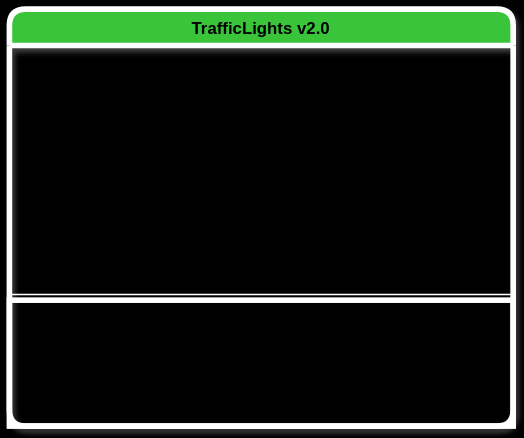
This is diagrams/ClassDiagram.drawio.svg from SamRB-dev/Traffic_Light_System, a draw.io export, as it was before one commit. Source tidied: cells renumbered, new cells last; positions are measured from the earlier drawing's top-left corner, leaving out a move shared by most shapes.
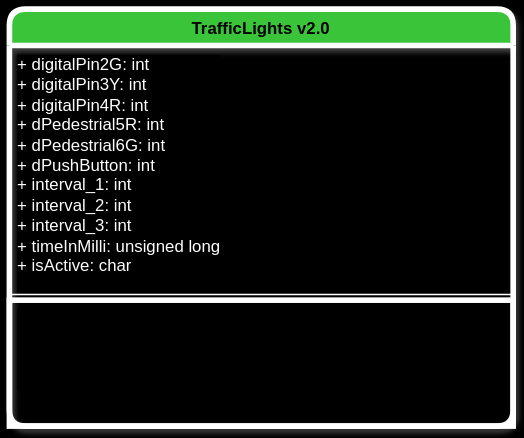
Later version of the same file.

What changed in the source:
```diff
@@ -1,17 +1,17 @@
-<mxGraphModel>
+<mxGraphModel background="#ffffff">
   <root>
     <mxCell id="0" />
     <mxCell id="1" parent="0" />
     <mxCell id="2" value="&lt;div&gt;TrafficLights v2.0&lt;/div&gt;" style="swimlane;fontStyle=1;align=center;verticalAlign=top;horizontal=1;startSize=26;whiteSpace=wrap;html=1;labelBackgroundColor=none;fillColor=#008a00;fontColor=#ffffff;strokeColor=default;strokeWidth=4;perimeterSpacing=0;rounded=1;glass=0;shadow=1;" parent="1" vertex="1">
       <mxGeometry width="360" height="298" as="geometry" />
     </mxCell>
-    <mxCell id="3" value="&lt;div&gt;+ digitalPin2G: int&lt;/div&gt;&lt;div&gt;+ digitalPin3Y: int&lt;/div&gt;&lt;div&gt;+ digitalPin4R: int&lt;/div&gt;&lt;div&gt;+ dPedestrial5R: int&lt;/div&gt;&lt;div&gt;+ dPedestrial6G: int&lt;/div&gt;&lt;div&gt;+ dPushButton: int&lt;br&gt;&lt;/div&gt;&lt;div&gt;+ interval_1: int&lt;/div&gt;&lt;div&gt;+ interval_2: int&lt;/div&gt;&lt;div&gt;+ interval_3: int&lt;br&gt;&lt;/div&gt;&lt;div&gt;+ timeInMilli: unsigned long&lt;/div&gt;&lt;div&gt;+ isActive: char&lt;br&gt;&lt;/div&gt;&lt;div&gt;&lt;br&gt;&lt;/div&gt;" style="text;strokeColor=none;fillColor=none;align=left;verticalAlign=top;spacingLeft=4;spacingRight=4;overflow=hidden;whiteSpace=wrap;html=1;strokeWidth=5;rounded=0;glass=0;fontColor=#FFFFFF;" parent="2" vertex="1">
+    <mxCell id="3" value="&lt;div&gt;+ digitalPin2G: int&lt;/div&gt;&lt;div&gt;+ digitalPin3Y: int&lt;/div&gt;&lt;div&gt;+ digitalPin4R: int&lt;/div&gt;&lt;div&gt;+ dPedestrial5R: int&lt;/div&gt;&lt;div&gt;+ dPedestrial6G: int&lt;/div&gt;&lt;div&gt;+ dPushButton: int&lt;br&gt;&lt;/div&gt;&lt;div&gt;+ interval_1: int&lt;/div&gt;&lt;div&gt;+ interval_2: int&lt;/div&gt;&lt;div&gt;+ interval_3: int&lt;br&gt;&lt;/div&gt;&lt;div&gt;+ timeInMilli: unsigned long&lt;/div&gt;&lt;div&gt;+ isActive: char&lt;br&gt;&lt;/div&gt;&lt;div&gt;&lt;br&gt;&lt;/div&gt;" style="text;align=left;verticalAlign=top;spacingLeft=4;spacingRight=4;overflow=hidden;whiteSpace=wrap;html=1;strokeWidth=5;rounded=0;glass=0;labelBackgroundColor=default;" parent="2" vertex="1">
       <mxGeometry y="26" width="360" height="174" as="geometry" />
     </mxCell>
     <mxCell id="4" style="line;strokeWidth=1;fillColor=none;align=left;verticalAlign=middle;spacingTop=-1;spacingLeft=3;spacingRight=3;labelPosition=right;strokeColor=inherit;" parent="2" vertex="1">
       <mxGeometry y="200" width="360" height="8" as="geometry" />
     </mxCell>
-    <mxCell id="5" value="&lt;div&gt;+ init(): void&lt;/div&gt;&lt;div&gt;+ greenSignal(): void&lt;/div&gt;&lt;div&gt;+ yellowSignal(): void&lt;/div&gt;&lt;div&gt;+ redSignal(): void&lt;br&gt;&lt;/div&gt;" style="text;strokeColor=default;fillColor=none;align=left;verticalAlign=top;spacingLeft=4;spacingRight=4;overflow=hidden;whiteSpace=wrap;html=1;labelBorderColor=none;strokeWidth=4;fontColor=#FFFFFF;" parent="2" vertex="1">
+    <mxCell id="5" value="&lt;div&gt;&lt;font style=&quot;--darkreader-inline-color: #e8e6e3;&quot; color=&quot;#ffffff&quot;&gt;+ init(): void&lt;/font&gt;&lt;/div&gt;&lt;div&gt;&lt;font style=&quot;--darkreader-inline-color: #e8e6e3;&quot; color=&quot;#ffffff&quot;&gt;+ greenSignal(): void&lt;/font&gt;&lt;/div&gt;&lt;div&gt;&lt;font style=&quot;--darkreader-inline-color: #e8e6e3;&quot; color=&quot;#ffffff&quot;&gt;+ yellowSignal(): void&lt;/font&gt;&lt;/div&gt;&lt;div&gt;&lt;font style=&quot;--darkreader-inline-color: #e8e6e3;&quot; color=&quot;#ffffff&quot;&gt;+ redSignal(): void&lt;br&gt;&lt;/font&gt;&lt;/div&gt;" style="text;strokeColor=default;fillColor=none;align=left;verticalAlign=top;spacingLeft=4;spacingRight=4;overflow=hidden;whiteSpace=wrap;html=1;labelBorderColor=none;strokeWidth=4;fontColor=#FFFFFF;labelBackgroundColor=default;" parent="2" vertex="1">
       <mxGeometry y="208" width="360" height="90" as="geometry" />
     </mxCell>
   </root>
```
